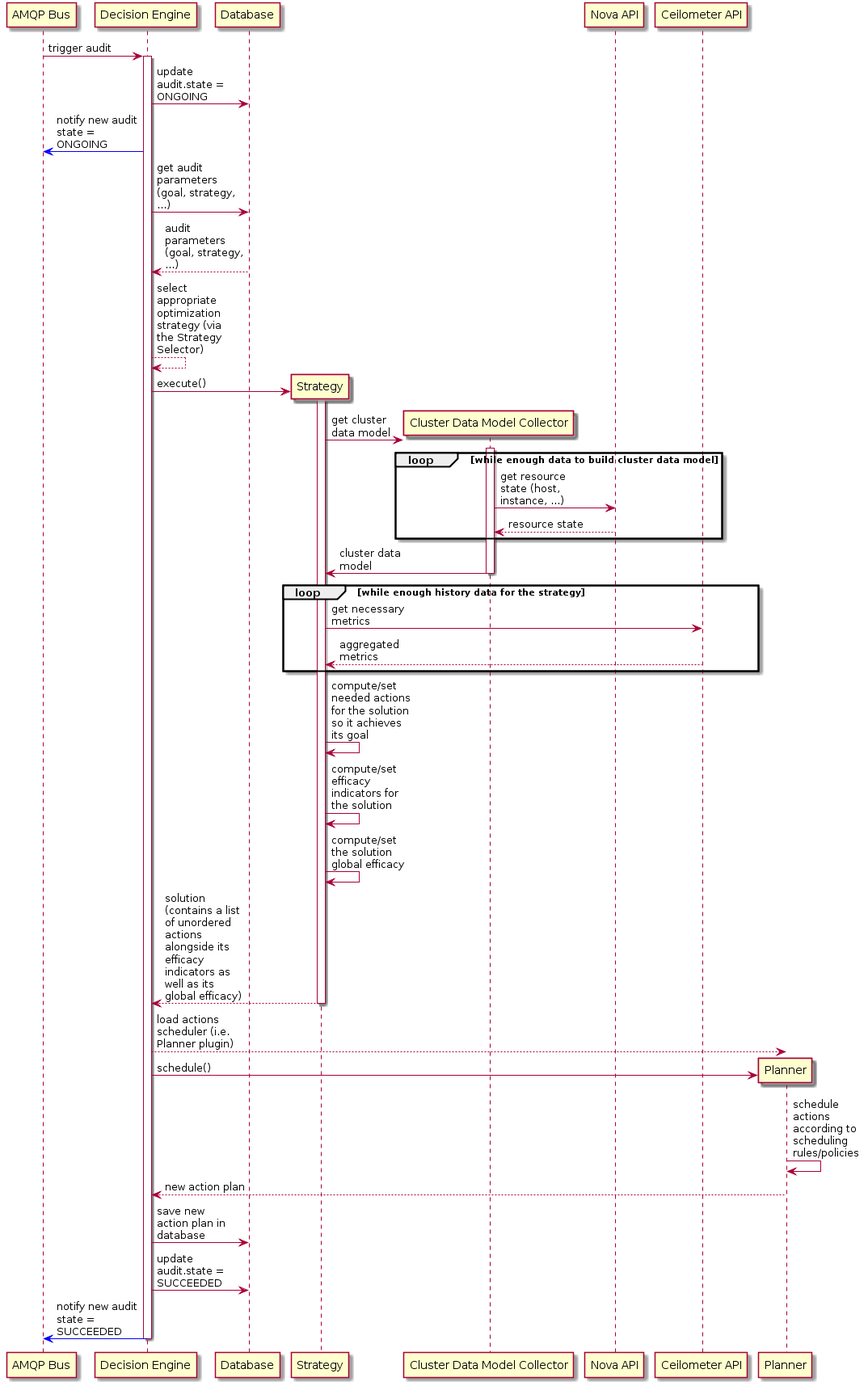
openstack/watcher keeps this PlantUML diagram as doc/source/images/sequence_trigger_audit_in_decision_engine.png. Above is the earlier version.
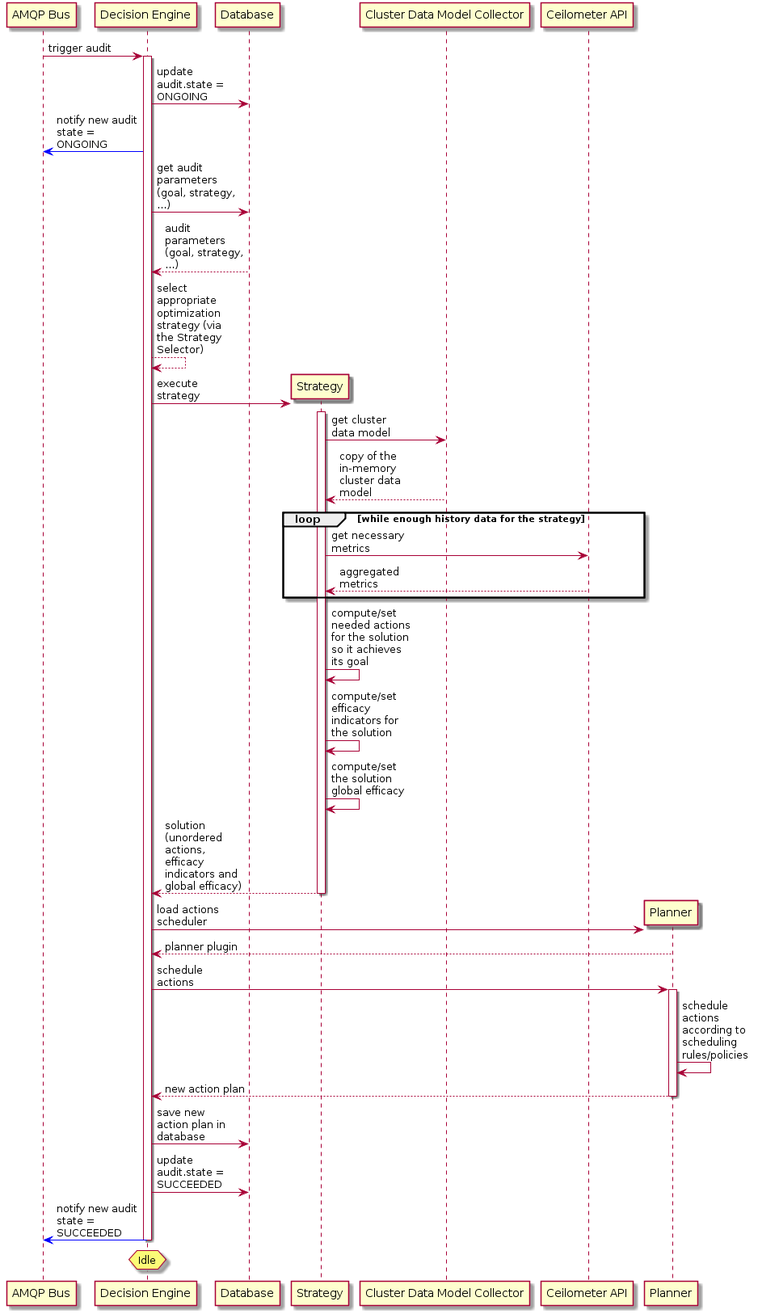
The same file after the commit.

Commit message:
Updated DE architecture doc + 'period' param

What changed in the source:
```diff
@@ -12,38 +12,34 @@
 "Decision Engine" <-- "Database" : audit parameters (goal, strategy, ...)
 "Decision Engine" --> "Decision Engine": select appropriate optimization strategy (via the Strategy Selector)
 create Strategy
-"Decision Engine" -> "Strategy" : execute()
+"Decision Engine" -> "Strategy" : execute strategy
 activate "Strategy"
-create "Cluster Data Model Collector"
-"Strategy" -> "Cluster Data Model Collector" : get cluster data model
-
-activate "Cluster Data Model Collector"
-    loop while enough data to build cluster data model
-      "Cluster Data Model Collector" -> "Nova API" : get resource state (host, instance, ...)
-      "Cluster Data Model Collector" <-- "Nova API" : resource state
+    "Strategy" -> "Cluster Data Model Collector" : get cluster data model
+    "Cluster Data Model Collector" --> "Strategy"    : copy of the in-memory cluster data model
+    loop while enough history data for the strategy
+        "Strategy" -> "Ceilometer API" : get necessary metrics
+        "Strategy" <-- "Ceilometer API" : aggregated metrics
     end
-"Cluster Data Model Collector" -> "Strategy" : cluster data model
-deactivate "Cluster Data Model Collector"
-
-loop while enough history data for the strategy
-    "Strategy" -> "Ceilometer API": get necessary metrics
-    "Strategy" <-- "Ceilometer API": aggregated metrics
-end
-"Strategy" -> "Strategy" : compute/set needed actions for the solution so it achieves its goal
-"Strategy" -> "Strategy" : compute/set efficacy indicators for the solution
-"Strategy" -> "Strategy" : compute/set the solution global efficacy
-"Decision Engine" <-- "Strategy" : solution (contains a list of unordered actions alongside its efficacy indicators as well as its global efficacy)
+    "Strategy" -> "Strategy"    : compute/set needed actions for the solution so it achieves its goal
+    "Strategy" -> "Strategy" : compute/set efficacy indicators for the solution
+    "Strategy" -> "Strategy" : compute/set the solution global efficacy
+    "Decision Engine" <-- "Strategy"    : solution (unordered actions, efficacy indicators and global efficacy)
 deactivate "Strategy"
 
-"Decision Engine" --> "Planner": load actions scheduler (i.e. Planner plugin)
 create "Planner"
-"Decision Engine" -> "Planner": schedule()
-"Planner" -> "Planner": schedule actions according to scheduling rules/policies
-"Decision Engine" <-- "Planner": new action plan
+"Decision Engine" -> "Planner" : load actions scheduler
+"Planner" --> "Decision Engine" : planner plugin
+"Decision Engine" -> "Planner" : schedule actions
+activate "Planner"
+    "Planner" -> "Planner"    : schedule actions according to scheduling rules/policies
+    "Decision Engine" <-- "Planner" : new action plan
+deactivate "Planner"
 "Decision Engine" -> "Database" : save new action plan in database
 "Decision Engine" -> "Database" : update audit.state = SUCCEEDED
 "AMQP Bus" <[#blue]- "Decision Engine" : notify new audit state = SUCCEEDED
 
 deactivate "Decision Engine"
 
+hnote over "Decision Engine" : Idle
+
 @enduml
```
